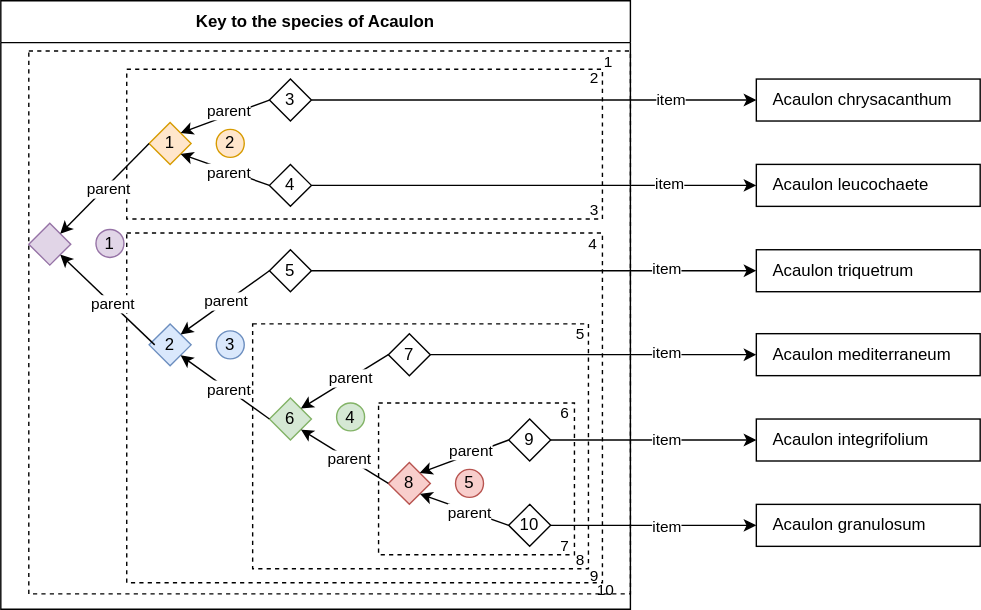
This is docs/media/indented-key.drawio.svg from rbgvictoria/keybase_model, a draw.io export, as it was before one commit. Source tidied: cells renumbered, new cells last; positions are measured from the earlier drawing's top-left corner, leaving out a move shared by most shapes.
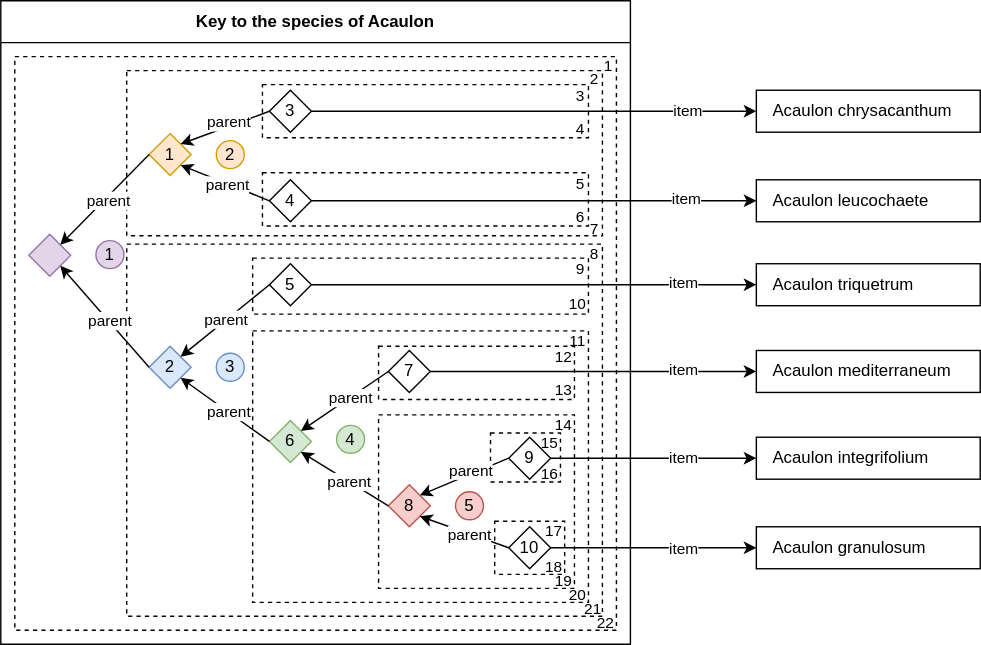
Above is the later version.

What changed in the source:
```diff
@@ -3,60 +3,75 @@
     <mxCell id="0" />
     <mxCell id="1" parent="0" />
     <mxCell id="2" value="Key to the species of Acaulon" style="swimlane;whiteSpace=wrap;html=1;startSize=30;" parent="1" vertex="1">
-      <mxGeometry width="450" height="435" as="geometry" />
+      <mxGeometry width="450" height="460" as="geometry" />
     </mxCell>
+    <mxCell id="5" style="rounded=0;whiteSpace=wrap;html=1;fillColor=none;dashed=1;" parent="2" vertex="1">
+      <mxGeometry x="10" y="40" width="430" height="410" as="geometry" />
+    </mxCell>
+    <mxCell id="7" style="rounded=0;whiteSpace=wrap;html=1;fillColor=none;dashed=1;" parent="2" vertex="1">
+      <mxGeometry x="90" y="50" width="340" height="118" as="geometry" />
+    </mxCell>
+    <mxCell id="72" style="rounded=0;whiteSpace=wrap;html=1;dashed=1;strokeColor=#000000;fillColor=none;" parent="2" vertex="1">
+      <mxGeometry x="187" y="123" width="233" height="38" as="geometry" />
+    </mxCell>
+    <mxCell id="4" style="rounded=0;whiteSpace=wrap;html=1;fillColor=none;dashed=1;" parent="2" vertex="1">
+      <mxGeometry x="90" y="174" width="340" height="266" as="geometry" />
+    </mxCell>
     <mxCell id="3" style="rounded=0;whiteSpace=wrap;html=1;fillColor=none;dashed=1;" parent="2" vertex="1">
-      <mxGeometry x="180" y="231" width="240" height="175" as="geometry" />
+      <mxGeometry x="180" y="236" width="240" height="194" as="geometry" />
     </mxCell>
-    <mxCell id="4" style="rounded=0;whiteSpace=wrap;html=1;fillColor=none;dashed=1;" parent="2" vertex="1">
-      <mxGeometry x="90" y="166" width="340" height="250" as="geometry" />
-    </mxCell>
-    <mxCell id="5" style="rounded=0;whiteSpace=wrap;html=1;fillColor=none;dashed=1;" parent="2" vertex="1">
-      <mxGeometry x="20" y="36" width="430" height="388" as="geometry" />
-    </mxCell>
     <mxCell id="6" style="rounded=0;whiteSpace=wrap;html=1;fillColor=none;dashed=1;" parent="2" vertex="1">
-      <mxGeometry x="270" y="287.5" width="140" height="108.5" as="geometry" />
+      <mxGeometry x="270" y="296" width="140" height="124" as="geometry" />
     </mxCell>
-    <mxCell id="7" style="rounded=0;whiteSpace=wrap;html=1;fillColor=none;dashed=1;" parent="2" vertex="1">
-      <mxGeometry x="90" y="49" width="340" height="107" as="geometry" />
-    </mxCell>
+    <mxCell id="73" style="rounded=0;whiteSpace=wrap;html=1;dashed=1;strokeColor=#000000;fillColor=none;" parent="2" vertex="1">
+      <mxGeometry x="353" y="372" width="50" height="38" as="geometry" />
+    </mxCell>
+    <mxCell id="74" style="rounded=0;whiteSpace=wrap;html=1;dashed=1;strokeColor=#000000;fillColor=none;" parent="2" vertex="1">
+      <mxGeometry x="350" y="309" width="50" height="35" as="geometry" />
+    </mxCell>
+    <mxCell id="75" style="rounded=0;whiteSpace=wrap;html=1;dashed=1;strokeColor=#000000;fillColor=none;" parent="2" vertex="1">
+      <mxGeometry x="180" y="184" width="240" height="40" as="geometry" />
+    </mxCell>
+    <mxCell id="76" style="rounded=0;whiteSpace=wrap;html=1;dashed=1;strokeColor=#000000;fillColor=none;" parent="2" vertex="1">
+      <mxGeometry x="270" y="247" width="140" height="38" as="geometry" />
+    </mxCell>
     <mxCell id="8" value="Acaulon chrysacanthum" style="rounded=0;whiteSpace=wrap;html=1;align=left;spacingLeft=10;strokeColor=default;fillColor=none;" parent="2" vertex="1">
-      <mxGeometry x="540" y="56" width="160" height="30" as="geometry" />
+      <mxGeometry x="540" y="64" width="160" height="30" as="geometry" />
     </mxCell>
     <mxCell id="9" value="Acaulon leucochaete" style="rounded=0;whiteSpace=wrap;html=1;align=left;spacingLeft=10;strokeColor=default;fillColor=none;" parent="2" vertex="1">
-      <mxGeometry x="540" y="117" width="160" height="30" as="geometry" />
+      <mxGeometry x="540" y="128" width="160" height="30" as="geometry" />
     </mxCell>
     <mxCell id="10" value="Acaulon triquetrum" style="rounded=0;whiteSpace=wrap;html=1;align=left;spacingLeft=10;strokeColor=default;fillColor=none;" parent="2" vertex="1">
-      <mxGeometry x="540" y="178" width="160" height="30" as="geometry" />
+      <mxGeometry x="540" y="188" width="160" height="30" as="geometry" />
     </mxCell>
     <mxCell id="11" value="Acaulon mediterraneum" style="rounded=0;whiteSpace=wrap;html=1;align=left;spacingLeft=10;strokeColor=default;fillColor=none;" parent="2" vertex="1">
-      <mxGeometry x="540" y="238" width="160" height="30" as="geometry" />
+      <mxGeometry x="540" y="250" width="160" height="30" as="geometry" />
     </mxCell>
     <mxCell id="12" value="Acaulon integrifolium" style="rounded=0;whiteSpace=wrap;html=1;align=left;spacingLeft=10;strokeColor=default;fillColor=none;" parent="2" vertex="1">
-      <mxGeometry x="540" y="299" width="160" height="30" as="geometry" />
+      <mxGeometry x="540" y="312" width="160" height="30" as="geometry" />
     </mxCell>
     <mxCell id="13" value="Acaulon granulosum" style="rounded=0;whiteSpace=wrap;html=1;align=left;spacingLeft=10;strokeColor=default;fillColor=none;" parent="2" vertex="1">
-      <mxGeometry x="540" y="360" width="160" height="30" as="geometry" />
+      <mxGeometry x="540" y="376" width="160" height="30" as="geometry" />
     </mxCell>
     <mxCell id="14" value="2" style="rhombus;whiteSpace=wrap;html=1;fillColor=#dae8fc;strokeColor=#6c8ebf;" parent="2" vertex="1">
-      <mxGeometry x="106" y="231" width="30" height="30" as="geometry" />
+      <mxGeometry x="106" y="247" width="30" height="30" as="geometry" />
     </mxCell>
     <mxCell id="15" value="1" style="rhombus;whiteSpace=wrap;html=1;fillColor=#ffe6cc;strokeColor=#d79b00;" parent="2" vertex="1">
-      <mxGeometry x="106" y="87" width="30" height="30" as="geometry" />
+      <mxGeometry x="106" y="95" width="30" height="30" as="geometry" />
     </mxCell>
     <mxCell id="16" style="endArrow=classic;html=1;rounded=0;entryX=0;entryY=0.5;entryDx=0;entryDy=0;exitX=1;exitY=0.5;exitDx=0;exitDy=0;" parent="2" edge="1" source="18" target="8">
       <mxGeometry relative="1" as="geometry" />
     </mxCell>
     <mxCell id="17" value="item" style="edgeLabel;html=1;align=center;verticalAlign=middle;" parent="16" vertex="1">
       <mxGeometry y="-1" relative="1" as="geometry">
-        <mxPoint x="97" y="-2" as="offset" />
+        <mxPoint x="109" y="-2" as="offset" />
       </mxGeometry>
     </mxCell>
     <mxCell id="18" value="3" style="rhombus;whiteSpace=wrap;html=1;" parent="2" vertex="1">
-      <mxGeometry x="192" y="56" width="30" height="30" as="geometry" />
+      <mxGeometry x="192" y="64" width="30" height="30" as="geometry" />
     </mxCell>
     <mxCell id="19" value="4" style="rhombus;whiteSpace=wrap;html=1;" parent="2" vertex="1">
-      <mxGeometry x="192" y="117" width="30" height="30" as="geometry" />
+      <mxGeometry x="192" y="128" width="30" height="30" as="geometry" />
     </mxCell>
     <mxCell id="20" style="endArrow=classic;html=1;rounded=0;entryX=1;entryY=1;entryDx=0;entryDy=0;exitX=0;exitY=0.5;exitDx=0;exitDy=0;" parent="2" edge="1" source="19" target="15">
       <mxGeometry relative="1" as="geometry" />
@@ -75,10 +90,10 @@
       </mxGeometry>
     </mxCell>
     <mxCell id="24" value="5" style="rhombus;whiteSpace=wrap;html=1;" parent="2" vertex="1">
-      <mxGeometry x="192" y="178" width="30" height="30" as="geometry" />
+      <mxGeometry x="192" y="188" width="30" height="30" as="geometry" />
     </mxCell>
     <mxCell id="25" value="6" style="rhombus;whiteSpace=wrap;html=1;fillColor=#d5e8d4;strokeColor=#82b366;" parent="2" vertex="1">
-      <mxGeometry x="192" y="284" width="30" height="30" as="geometry" />
+      <mxGeometry x="192" y="300" width="30" height="30" as="geometry" />
     </mxCell>
     <mxCell id="26" style="endArrow=classic;html=1;rounded=0;entryX=1;entryY=0;entryDx=0;entryDy=0;exitX=0;exitY=0.5;exitDx=0;exitDy=0;" parent="2" edge="1" source="24" target="14">
       <mxGeometry relative="1" as="geometry" />
@@ -101,7 +116,7 @@
     </mxCell>
     <mxCell id="31" value="item" style="edgeLabel;html=1;align=center;verticalAlign=middle;" parent="30" vertex="1">
       <mxGeometry x="-0.09" y="-1" relative="1" as="geometry">
-        <mxPoint x="111" y="-3" as="offset" />
+        <mxPoint x="123" y="-3" as="offset" />
       </mxGeometry>
     </mxCell>
     <mxCell id="32" style="endArrow=classic;html=1;rounded=0;entryX=0;entryY=0.5;entryDx=0;entryDy=0;exitX=1;exitY=0.5;exitDx=0;exitDy=0;" parent="2" edge="1" source="24" target="10">
@@ -109,14 +124,14 @@
     </mxCell>
     <mxCell id="33" value="item" style="edgeLabel;html=1;align=center;verticalAlign=middle;" parent="32" vertex="1">
       <mxGeometry x="-0.2" relative="1" as="geometry">
-        <mxPoint x="126" y="-2" as="offset" />
+        <mxPoint x="138" y="-2" as="offset" />
       </mxGeometry>
     </mxCell>
     <mxCell id="34" value="7" style="rhombus;whiteSpace=wrap;html=1;" parent="2" vertex="1">
-      <mxGeometry x="277" y="238" width="30" height="30" as="geometry" />
+      <mxGeometry x="277" y="250" width="30" height="30" as="geometry" />
     </mxCell>
     <mxCell id="35" value="8" style="rhombus;whiteSpace=wrap;html=1;fillColor=#f8cecc;strokeColor=#b85450;" parent="2" vertex="1">
-      <mxGeometry x="277" y="330" width="30" height="30" as="geometry" />
+      <mxGeometry x="277" y="346" width="30" height="30" as="geometry" />
     </mxCell>
     <mxCell id="36" style="endArrow=classic;html=1;rounded=0;exitX=0;exitY=0.5;exitDx=0;exitDy=0;entryX=1;entryY=0;entryDx=0;entryDy=0;" parent="2" edge="1" source="34" target="25">
       <mxGeometry relative="1" as="geometry" />
@@ -135,21 +150,21 @@
     </mxCell>
     <mxCell id="41" value="item" style="edgeLabel;html=1;align=center;verticalAlign=middle;" parent="40" vertex="1">
       <mxGeometry x="-0.13" y="-1" relative="1" as="geometry">
-        <mxPoint x="67" y="-3" as="offset" />
+        <mxPoint x="79" y="-3" as="offset" />
       </mxGeometry>
     </mxCell>
     <mxCell id="42" value="10" style="rhombus;whiteSpace=wrap;html=1;" parent="2" vertex="1">
-      <mxGeometry x="363" y="360" width="30" height="30" as="geometry" />
+      <mxGeometry x="363" y="376" width="30" height="30" as="geometry" />
     </mxCell>
     <mxCell id="43" value="9" style="rhombus;whiteSpace=wrap;html=1;" parent="2" vertex="1">
-      <mxGeometry x="363" y="299" width="30" height="30" as="geometry" />
+      <mxGeometry x="363" y="312" width="30" height="30" as="geometry" />
     </mxCell>
     <mxCell id="44" style="endArrow=classic;html=1;rounded=0;entryX=0;entryY=0.5;entryDx=0;entryDy=0;exitX=1;exitY=0.5;exitDx=0;exitDy=0;" parent="2" edge="1" source="43" target="12">
       <mxGeometry relative="1" as="geometry" />
     </mxCell>
     <mxCell id="45" value="item" style="edgeLabel;html=1;align=center;verticalAlign=middle;" parent="44" vertex="1">
       <mxGeometry x="-0.01" y="-2" relative="1" as="geometry">
-        <mxPoint x="9" y="-3" as="offset" />
+        <mxPoint x="21" y="-3" as="offset" />
       </mxGeometry>
     </mxCell>
     <mxCell id="46" style="endArrow=classic;html=1;rounded=0;entryX=0;entryY=0.5;entryDx=0;entryDy=0;exitX=1;exitY=0.5;exitDx=0;exitDy=0;" parent="2" edge="1" source="42" target="13">
@@ -157,7 +172,7 @@
     </mxCell>
     <mxCell id="47" value="item" style="edgeLabel;html=1;align=center;verticalAlign=middle;" parent="46" vertex="1">
       <mxGeometry x="-0.13" relative="1" as="geometry">
-        <mxPoint x="18" as="offset" />
+        <mxPoint x="30" as="offset" />
       </mxGeometry>
     </mxCell>
     <mxCell id="48" style="endArrow=classic;html=1;rounded=0;entryX=1;entryY=0;entryDx=0;entryDy=0;exitX=0;exitY=0.5;exitDx=0;exitDy=0;" parent="2" edge="1" source="43" target="35">
@@ -177,7 +192,7 @@
       </mxGeometry>
     </mxCell>
     <mxCell id="52" style="rhombus;whiteSpace=wrap;html=1;fillColor=#e1d5e7;strokeColor=#9673a6;" parent="2" vertex="1">
-      <mxGeometry x="20" y="159" width="30" height="30" as="geometry" />
+      <mxGeometry x="20" y="167" width="30" height="30" as="geometry" />
     </mxCell>
     <mxCell id="53" style="endArrow=classic;html=1;rounded=0;entryX=1;entryY=0;entryDx=0;entryDy=0;exitX=0;exitY=0.5;exitDx=0;exitDy=0;" parent="2" edge="1" source="15" target="52">
       <mxGeometry relative="1" as="geometry" />
@@ -187,58 +202,95 @@
         <mxPoint x="2" as="offset" />
       </mxGeometry>
     </mxCell>
-    <mxCell id="55" style="endArrow=classic;html=1;rounded=0;entryX=1;entryY=1;entryDx=0;entryDy=0;" parent="2" edge="1" target="52">
-      <mxGeometry relative="1" as="geometry">
-        <mxPoint x="110" y="246" as="sourcePoint" />
-      </mxGeometry>
+    <mxCell id="55" style="endArrow=classic;html=1;rounded=0;entryX=1;entryY=1;entryDx=0;entryDy=0;exitX=0;exitY=0.5;exitDx=0;exitDy=0;" parent="2" edge="1" source="14" target="52">
+      <mxGeometry relative="1" as="geometry" />
     </mxCell>
     <mxCell id="56" value="parent" style="edgeLabel;html=1;align=center;verticalAlign=middle;" parent="55" vertex="1">
       <mxGeometry x="-0.09" relative="1" as="geometry" />
     </mxCell>
     <mxCell id="57" value="1" style="text;html=1;align=center;verticalAlign=middle;whiteSpace=wrap;rounded=0;fontSize=11;" parent="2" vertex="1">
-      <mxGeometry x="427" y="36" width="15" height="15" as="geometry" />
+      <mxGeometry x="427" y="39" width="15" height="15" as="geometry" />
     </mxCell>
     <mxCell id="58" value="2" style="text;html=1;align=center;verticalAlign=middle;whiteSpace=wrap;rounded=0;fontSize=11;" parent="2" vertex="1">
-      <mxGeometry x="417" y="47" width="15" height="15" as="geometry" />
+      <mxGeometry x="417" y="48" width="15" height="15" as="geometry" />
     </mxCell>
-    <mxCell id="59" value="3" style="text;html=1;align=center;verticalAlign=middle;whiteSpace=wrap;rounded=0;fontSize=11;" parent="2" vertex="1">
-      <mxGeometry x="417" y="142" width="15" height="15" as="geometry" />
+    <mxCell id="59" value="7" style="text;html=1;align=center;verticalAlign=middle;whiteSpace=wrap;rounded=0;fontSize=11;" parent="2" vertex="1">
+      <mxGeometry x="417" y="155" width="15" height="15" as="geometry" />
     </mxCell>
-    <mxCell id="60" value="4" style="text;html=1;align=center;verticalAlign=middle;whiteSpace=wrap;rounded=0;fontSize=11;" parent="2" vertex="1">
-      <mxGeometry x="416" y="166" width="15" height="15" as="geometry" />
+    <mxCell id="60" value="8&lt;span style=&quot;color: rgba(0, 0, 0, 0); font-family: monospace; font-size: 0px; text-align: start; text-wrap-mode: nowrap;&quot;&gt;%3CmxGraphModel%3E%3Croot%3E%3CmxCell%20id%3D%220%22%2F%3E%3CmxCell%20id%3D%221%22%20parent%3D%220%22%2F%3E%3CmxCell%20id%3D%222%22%20value%3D%224%22%20style%3D%22text%3Bhtml%3D1%3Balign%3Dcenter%3BverticalAlign%3Dmiddle%3BwhiteSpace%3Dwrap%3Brounded%3D0%3BfontSize%3D11%3B%22%20vertex%3D%221%22%20parent%3D%221%22%3E%3CmxGeometry%20x%3D%22857%22%20y%3D%2223%22%20width%3D%2215%22%20height%3D%2215%22%20as%3D%22geometry%22%2F%3E%3C%2FmxCell%3E%3C%2Froot%3E%3C%2FmxGraphModel%3E&lt;/span&gt;&lt;span style=&quot;color: rgba(0, 0, 0, 0); font-family: monospace; font-size: 0px; text-align: start; text-wrap-mode: nowrap;&quot;&gt;%3CmxGraphModel%3E%3Croot%3E%3CmxCell%20id%3D%220%22%2F%3E%3CmxCell%20id%3D%221%22%20parent%3D%220%22%2F%3E%3CmxCell%20id%3D%222%22%20value%3D%224%22%20style%3D%22text%3Bhtml%3D1%3Balign%3Dcenter%3BverticalAlign%3Dmiddle%3BwhiteSpace%3Dwrap%3Brounded%3D0%3BfontSize%3D11%3B%22%20vertex%3D%221%22%20parent%3D%221%22%3E%3CmxGeometry%20x%3D%22857%22%20y%3D%2223%22%20width%3D%2215%22%20height%3D%2215%22%20as%3D%22geometry%22%2F%3E%3C%2FmxCell%3E%3C%2Froot%3E%3C%2FmxGraphModel%3E&lt;/span&gt;" style="text;html=1;align=center;verticalAlign=middle;whiteSpace=wrap;rounded=0;fontSize=11;" parent="2" vertex="1">
+      <mxGeometry x="417" y="173" width="15" height="15" as="geometry" />
     </mxCell>
-    <mxCell id="61" value="5" style="text;html=1;align=center;verticalAlign=middle;whiteSpace=wrap;rounded=0;fontSize=11;" parent="2" vertex="1">
-      <mxGeometry x="407" y="230" width="15" height="15" as="geometry" />
+    <mxCell id="61" value="11" style="text;html=1;align=center;verticalAlign=middle;whiteSpace=wrap;rounded=0;fontSize=11;" parent="2" vertex="1">
+      <mxGeometry x="405" y="235" width="15" height="15" as="geometry" />
     </mxCell>
-    <mxCell id="62" value="6" style="text;html=1;align=center;verticalAlign=middle;whiteSpace=wrap;rounded=0;fontSize=11;" parent="2" vertex="1">
-      <mxGeometry x="396" y="287" width="15" height="15" as="geometry" />
+    <mxCell id="62" value="14" style="text;html=1;align=center;verticalAlign=middle;whiteSpace=wrap;rounded=0;fontSize=11;" parent="2" vertex="1">
+      <mxGeometry x="395" y="295" width="15" height="15" as="geometry" />
     </mxCell>
-    <mxCell id="63" value="7" style="text;html=1;align=center;verticalAlign=middle;whiteSpace=wrap;rounded=0;fontSize=11;" parent="2" vertex="1">
-      <mxGeometry x="396" y="382" width="15" height="15" as="geometry" />
+    <mxCell id="63" value="19" style="text;html=1;align=center;verticalAlign=middle;whiteSpace=wrap;rounded=0;fontSize=11;" parent="2" vertex="1">
+      <mxGeometry x="395" y="407" width="15" height="15" as="geometry" />
     </mxCell>
-    <mxCell id="64" value="8" style="text;html=1;align=center;verticalAlign=middle;whiteSpace=wrap;rounded=0;fontSize=11;" parent="2" vertex="1">
-      <mxGeometry x="407" y="392" width="15" height="15" as="geometry" />
+    <mxCell id="64" value="20" style="text;html=1;align=center;verticalAlign=middle;whiteSpace=wrap;rounded=0;fontSize=11;" parent="2" vertex="1">
+      <mxGeometry x="405" y="417" width="15" height="15" as="geometry" />
     </mxCell>
-    <mxCell id="65" value="9" style="text;html=1;align=center;verticalAlign=middle;whiteSpace=wrap;rounded=0;fontSize=11;" parent="2" vertex="1">
-      <mxGeometry x="417" y="403" width="15" height="15" as="geometry" />
+    <mxCell id="65" value="21" style="text;html=1;align=center;verticalAlign=middle;whiteSpace=wrap;rounded=0;fontSize=11;" parent="2" vertex="1">
+      <mxGeometry x="416" y="427" width="15" height="15" as="geometry" />
     </mxCell>
-    <mxCell id="66" value="10" style="text;html=1;align=center;verticalAlign=middle;whiteSpace=wrap;rounded=0;fontSize=11;" parent="2" vertex="1">
-      <mxGeometry x="425" y="413" width="15" height="15" as="geometry" />
+    <mxCell id="66" value="22" style="text;html=1;align=center;verticalAlign=middle;whiteSpace=wrap;rounded=0;fontSize=11;" parent="2" vertex="1">
+      <mxGeometry x="425" y="437" width="15" height="15" as="geometry" />
     </mxCell>
     <mxCell id="67" value="1" style="ellipse;whiteSpace=wrap;html=1;fillColor=#e1d5e7;strokeColor=#9673a6;" parent="2" vertex="1">
-      <mxGeometry x="68" y="163.5" width="20" height="20" as="geometry" />
+      <mxGeometry x="68" y="171.5" width="20" height="20" as="geometry" />
     </mxCell>
     <mxCell id="68" value="2" style="ellipse;whiteSpace=wrap;html=1;fillColor=#ffe6cc;strokeColor=#d79b00;" parent="2" vertex="1">
-      <mxGeometry x="154" y="92" width="20" height="20" as="geometry" />
+      <mxGeometry x="154" y="100" width="20" height="20" as="geometry" />
     </mxCell>
     <mxCell id="69" value="3" style="ellipse;whiteSpace=wrap;html=1;fillColor=#dae8fc;strokeColor=#6c8ebf;" parent="2" vertex="1">
-      <mxGeometry x="154" y="236" width="20" height="20" as="geometry" />
+      <mxGeometry x="154" y="252" width="20" height="20" as="geometry" />
     </mxCell>
     <mxCell id="70" value="4" style="ellipse;whiteSpace=wrap;html=1;fillColor=#d5e8d4;strokeColor=#82b366;" parent="2" vertex="1">
-      <mxGeometry x="240" y="287.5" width="20" height="20" as="geometry" />
+      <mxGeometry x="240" y="303.5" width="20" height="20" as="geometry" />
     </mxCell>
     <mxCell id="71" value="5" style="ellipse;whiteSpace=wrap;html=1;fillColor=#f8cecc;strokeColor=#b85450;" parent="2" vertex="1">
-      <mxGeometry x="325" y="335" width="20" height="20" as="geometry" />
+      <mxGeometry x="325" y="351" width="20" height="20" as="geometry" />
     </mxCell>
+    <mxCell id="77" style="rounded=0;whiteSpace=wrap;html=1;dashed=1;strokeColor=default;fillColor=none;" parent="2" vertex="1">
+      <mxGeometry x="187" y="60" width="233" height="38" as="geometry" />
+    </mxCell>
+    <mxCell id="78" value="3" style="text;html=1;align=center;verticalAlign=middle;whiteSpace=wrap;rounded=0;fontSize=11;" parent="2" vertex="1">
+      <mxGeometry x="407" y="60" width="15" height="15" as="geometry" />
+    </mxCell>
+    <mxCell id="79" value="4" style="text;html=1;align=center;verticalAlign=middle;whiteSpace=wrap;rounded=0;fontSize=11;" parent="2" vertex="1">
+      <mxGeometry x="407" y="84" width="15" height="15" as="geometry" />
+    </mxCell>
+    <mxCell id="80" value="5" style="text;html=1;align=center;verticalAlign=middle;whiteSpace=wrap;rounded=0;fontSize=11;" parent="2" vertex="1">
+      <mxGeometry x="407" y="123" width="15" height="15" as="geometry" />
+    </mxCell>
+    <mxCell id="81" value="6" style="text;html=1;align=center;verticalAlign=middle;whiteSpace=wrap;rounded=0;fontSize=11;" parent="2" vertex="1">
+      <mxGeometry x="407" y="147" width="15" height="15" as="geometry" />
+    </mxCell>
+    <mxCell id="82" value="9" style="text;html=1;align=center;verticalAlign=middle;whiteSpace=wrap;rounded=0;fontSize=11;" parent="2" vertex="1">
+      <mxGeometry x="407" y="184" width="15" height="15" as="geometry" />
+    </mxCell>
+    <mxCell id="83" value="10" style="text;html=1;align=center;verticalAlign=middle;whiteSpace=wrap;rounded=0;fontSize=11;" parent="2" vertex="1">
+      <mxGeometry x="405" y="209" width="15" height="15" as="geometry" />
+    </mxCell>
+    <mxCell id="84" value="12" style="text;html=1;align=center;verticalAlign=middle;whiteSpace=wrap;rounded=0;fontSize=11;" parent="2" vertex="1">
+      <mxGeometry x="395" y="247" width="15" height="15" as="geometry" />
+    </mxCell>
+    <mxCell id="85" value="13" style="text;html=1;align=center;verticalAlign=middle;whiteSpace=wrap;rounded=0;fontSize=11;" parent="2" vertex="1">
+      <mxGeometry x="395" y="270" width="15" height="15" as="geometry" />
+    </mxCell>
+    <mxCell id="86" value="15" style="text;html=1;align=center;verticalAlign=middle;whiteSpace=wrap;rounded=0;fontSize=11;" parent="2" vertex="1">
+      <mxGeometry x="385" y="308" width="15" height="15" as="geometry" />
+    </mxCell>
+    <mxCell id="87" value="17" style="text;html=1;align=center;verticalAlign=middle;whiteSpace=wrap;rounded=0;fontSize=11;" parent="2" vertex="1">
+      <mxGeometry x="388" y="371" width="15" height="15" as="geometry" />
+    </mxCell>
+    <mxCell id="88" value="18" style="text;html=1;align=center;verticalAlign=middle;whiteSpace=wrap;rounded=0;fontSize=11;" parent="2" vertex="1">
+      <mxGeometry x="388" y="397" width="15" height="15" as="geometry" />
+    </mxCell>
+    <mxCell id="89" value="16" style="text;html=1;align=center;verticalAlign=middle;whiteSpace=wrap;rounded=0;fontSize=11;" parent="1" vertex="1">
+      <mxGeometry x="385" y="330" width="15" height="15" as="geometry" />
+    </mxCell>
   </root>
 </mxGraphModel>
```
